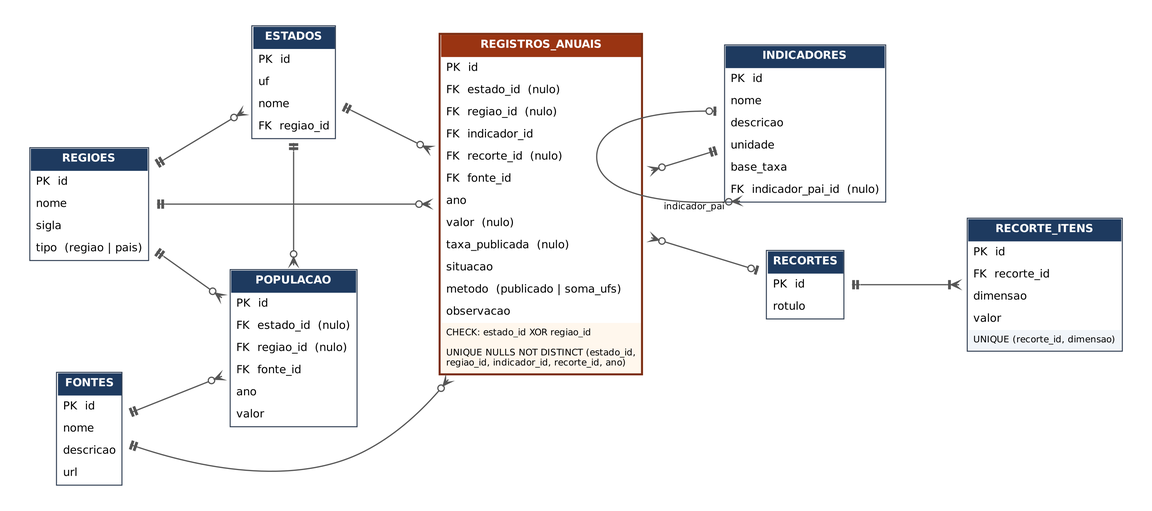
Above: docs/modelagem/modelo-er.png in yocaslu/Projeto-Integrador-II (Graphviz), before the change. Its source is kept beside it as docs/modelagem/modelo-er.dot. Its diagram source:
```dot
digraph ER {
  graph [rankdir=LR, splines=spline, nodesep=0.55, ranksep=0.9, bgcolor="white", pad=0.3, fontname="DejaVu Sans"];
  node  [shape=plaintext, fontname="DejaVu Sans", fontsize=11];
  edge  [color="#555555", penwidth=1.2, arrowsize=0.8, dir=both, arrowtail=none];

  REGIOES [label=<
  <TABLE BORDER="1" CELLBORDER="0" CELLSPACING="0" CELLPADDING="5" COLOR="#334155">
    <TR><TD BGCOLOR="#1E3A5F" ALIGN="CENTER"><FONT COLOR="white"><B>REGIOES</B></FONT></TD></TR>
    <TR><TD ALIGN="LEFT">PK  id</TD></TR>
    <TR><TD ALIGN="LEFT">nome</TD></TR>
    <TR><TD ALIGN="LEFT">sigla</TD></TR>
    <TR><TD ALIGN="LEFT">tipo  (regiao | pais)</TD></TR>
  </TABLE>>];

  ESTADOS [label=<
  <TABLE BORDER="1" CELLBORDER="0" CELLSPACING="0" CELLPADDING="5" COLOR="#334155">
    <TR><TD BGCOLOR="#1E3A5F" ALIGN="CENTER"><FONT COLOR="white"><B>ESTADOS</B></FONT></TD></TR>
    <TR><TD ALIGN="LEFT">PK  id</TD></TR>
    <TR><TD ALIGN="LEFT">uf</TD></TR>
    <TR><TD ALIGN="LEFT">nome</TD></TR>
    <TR><TD ALIGN="LEFT">FK  regiao_id</TD></TR>
  </TABLE>>];

  POPULACAO [label=<
  <TABLE BORDER="1" CELLBORDER="0" CELLSPACING="0" CELLPADDING="5" COLOR="#334155">
    <TR><TD BGCOLOR="#1E3A5F" ALIGN="CENTER"><FONT COLOR="white"><B>POPULACAO</B></FONT></TD></TR>
    <TR><TD ALIGN="LEFT">PK  id</TD></TR>
    <TR><TD ALIGN="LEFT">FK  estado_id  (nulo)</TD></TR>
    <TR><TD ALIGN="LEFT">FK  regiao_id  (nulo)</TD></TR>
    <TR><TD ALIGN="LEFT">FK  fonte_id</TD></TR>
    <TR><TD ALIGN="LEFT">ano</TD></TR>
    <TR><TD ALIGN="LEFT">valor</TD></TR>
  </TABLE>>];

  FONTES [label=<
  <TABLE BORDER="1" CELLBORDER="0" CELLSPACING="0" CELLPADDING="5" COLOR="#334155">
    <TR><TD BGCOLOR="#1E3A5F" ALIGN="CENTER"><FONT COLOR="white"><B>FONTES</B></FONT></TD></TR>
    <TR><TD ALIGN="LEFT">PK  id</TD></TR>
    <TR><TD ALIGN="LEFT">nome</TD></TR>
    <TR><TD ALIGN="LEFT">descricao</TD></TR>
    <TR><TD ALIGN="LEFT">url</TD></TR>
  </TABLE>>];

  REGISTROS [label=<
  <TABLE BORDER="2" CELLBORDER="0" CELLSPACING="0" CELLPADDING="5" COLOR="#7C2D12">
    <TR><TD BGCOLOR="#9A3412" ALIGN="CENTER"><FONT COLOR="white"><B>REGISTROS_ANUAIS</B></FONT></TD></TR>
    <TR><TD ALIGN="LEFT">PK  id</TD></TR>
    <TR><TD ALIGN="LEFT">FK  estado_id  (nulo)</TD></TR>
    <TR><TD ALIGN="LEFT">FK  regiao_id  (nulo)</TD></TR>
    <TR><TD ALIGN="LEFT">FK  indicador_id</TD></TR>
    <TR><TD ALIGN="LEFT">FK  recorte_id  (nulo)</TD></TR>
    <TR><TD ALIGN="LEFT">FK  fonte_id</TD></TR>
    <TR><TD ALIGN="LEFT">ano</TD></TR>
    <TR><TD ALIGN="LEFT">valor  (nulo)</TD></TR>
    <TR><TD ALIGN="LEFT">taxa_publicada  (nulo)</TD></TR>
    <TR><TD ALIGN="LEFT">situacao</TD></TR>
    <TR><TD ALIGN="LEFT">metodo  (publicado | soma_ufs)</TD></TR>
    <TR><TD ALIGN="LEFT">observacao</TD></TR>
    <TR><TD ALIGN="LEFT" BGCOLOR="#FFF7ED"><FONT POINT-SIZE="9">CHECK: estado_id XOR regiao_id</FONT></TD></TR>
    <TR><TD ALIGN="LEFT" BGCOLOR="#FFF7ED"><FONT POINT-SIZE="9">UNIQUE NULLS NOT DISTINCT (estado_id,<BR ALIGN="LEFT"/>regiao_id, indicador_id, recorte_id, ano)<BR ALIGN="LEFT"/></FONT></TD></TR>
  </TABLE>>];

  INDICADORES [label=<
  <TABLE BORDER="1" CELLBORDER="0" CELLSPACING="0" CELLPADDING="5" COLOR="#334155">
    <TR><TD BGCOLOR="#1E3A5F" ALIGN="CENTER"><FONT COLOR="white"><B>INDICADORES</B></FONT></TD></TR>
    <TR><TD ALIGN="LEFT">PK  id</TD></TR>
    <TR><TD ALIGN="LEFT">nome</TD></TR>
    <TR><TD ALIGN="LEFT">descricao</TD></TR>
    <TR><TD ALIGN="LEFT">unidade</TD></TR>
    <TR><TD ALIGN="LEFT">base_taxa</TD></TR>
    <TR><TD ALIGN="LEFT" PORT="pai">FK  indicador_pai_id  (nulo)</TD></TR>
  </TABLE>>];

  RECORTES [label=<
  <TABLE BORDER="1" CELLBORDER="0" CELLSPACING="0" CELLPADDING="5" COLOR="#334155">
    <TR><TD BGCOLOR="#1E3A5F" ALIGN="CENTER"><FONT COLOR="white"><B>RECORTES</B></FONT></TD></TR>
    <TR><TD ALIGN="LEFT">PK  id</TD></TR>
    <TR><TD ALIGN="LEFT">rotulo</TD></TR>
  </TABLE>>];

  RECORTE_ITENS [label=<
  <TABLE BORDER="1" CELLBORDER="0" CELLSPACING="0" CELLPADDING="5" COLOR="#334155">
    <TR><TD BGCOLOR="#1E3A5F" ALIGN="CENTER"><FONT COLOR="white"><B>RECORTE_ITENS</B></FONT></TD></TR>
    <TR><TD ALIGN="LEFT">PK  id</TD></TR>
    <TR><TD ALIGN="LEFT">FK  recorte_id</TD></TR>
    <TR><TD ALIGN="LEFT">dimensao</TD></TR>
    <TR><TD ALIGN="LEFT">valor</TD></TR>
    <TR><TD ALIGN="LEFT" BGCOLOR="#F1F5F9"><FONT POINT-SIZE="9">UNIQUE (recorte_id, dimensao)</FONT></TD></TR>
  </TABLE>>];

  {rank=same; REGIOES; FONTES;}
  {rank=same; ESTADOS; POPULACAO;}
  {rank=same; INDICADORES; RECORTES;}

  /* 1:N  (arrowtail = lado 1, arrowhead = lado N) */
  edge [arrowtail=teetee, arrowhead=crowodot];
  REGIOES -> ESTADOS  ;
  REGIOES -> POPULACAO;
  ESTADOS -> POPULACAO;
  FONTES  -> POPULACAO;
  ESTADOS -> REGISTROS;
  REGIOES -> REGISTROS;
  FONTES  -> REGISTROS;
  REGISTROS -> INDICADORES [dir=both, arrowtail=crowodot, arrowhead=teetee];
  REGISTROS -> RECORTES    [dir=both, arrowtail=crowodot, arrowhead=teeodot];
  RECORTES -> RECORTE_ITENS [arrowtail=teetee, arrowhead=crowtee];
  INDICADORES:pai -> INDICADORES [arrowtail=crowodot, arrowhead=teeodot, xlabel="indicador_pai", fontname="DejaVu Sans", fontsize=9];
}
```
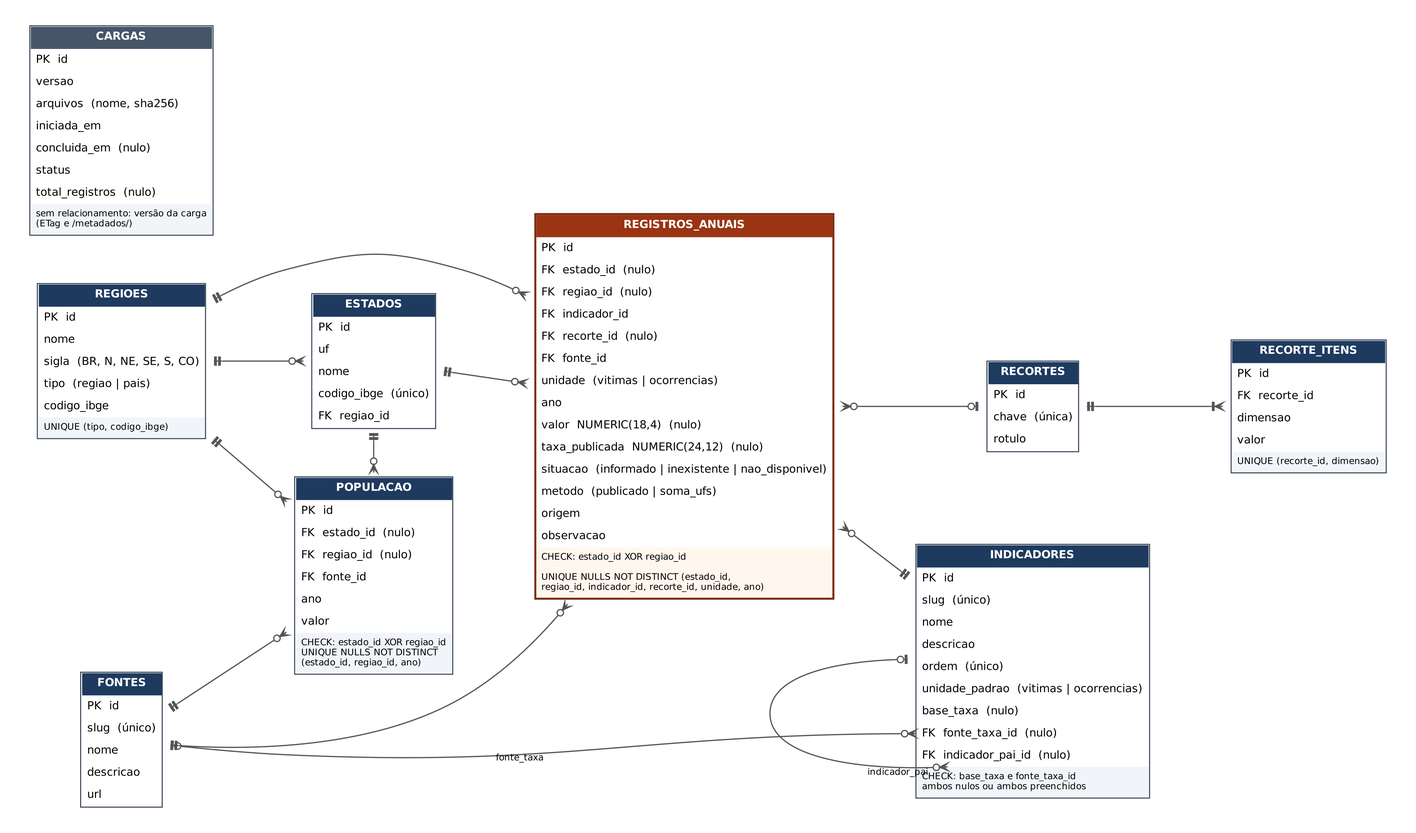
Above is the later version.

Commit message:
docs(adr): registra fonte da taxa, catálogo de fontes, 503 e RNF02

Diff of the diagram source:
```diff
@@ -8,8 +8,10 @@
     <TR><TD BGCOLOR="#1E3A5F" ALIGN="CENTER"><FONT COLOR="white"><B>REGIOES</B></FONT></TD></TR>
     <TR><TD ALIGN="LEFT">PK  id</TD></TR>
     <TR><TD ALIGN="LEFT">nome</TD></TR>
-    <TR><TD ALIGN="LEFT">sigla</TD></TR>
+    <TR><TD ALIGN="LEFT">sigla  (BR, N, NE, SE, S, CO)</TD></TR>
     <TR><TD ALIGN="LEFT">tipo  (regiao | pais)</TD></TR>
+    <TR><TD ALIGN="LEFT">codigo_ibge</TD></TR>
+    <TR><TD ALIGN="LEFT" BGCOLOR="#F1F5F9"><FONT POINT-SIZE="9">UNIQUE (tipo, codigo_ibge)</FONT></TD></TR>
   </TABLE>>];
 
   ESTADOS [label=<
@@ -18,6 +20,7 @@
     <TR><TD ALIGN="LEFT">PK  id</TD></TR>
     <TR><TD ALIGN="LEFT">uf</TD></TR>
     <TR><TD ALIGN="LEFT">nome</TD></TR>
+    <TR><TD ALIGN="LEFT">codigo_ibge  (único)</TD></TR>
     <TR><TD ALIGN="LEFT">FK  regiao_id</TD></TR>
   </TABLE>>];
 
@@ -30,12 +33,14 @@
     <TR><TD ALIGN="LEFT">FK  fonte_id</TD></TR>
     <TR><TD ALIGN="LEFT">ano</TD></TR>
     <TR><TD ALIGN="LEFT">valor</TD></TR>
+    <TR><TD ALIGN="LEFT" BGCOLOR="#F1F5F9"><FONT POINT-SIZE="9">CHECK: estado_id XOR regiao_id<BR ALIGN="LEFT"/>UNIQUE NULLS NOT DISTINCT<BR ALIGN="LEFT"/>(estado_id, regiao_id, ano)<BR ALIGN="LEFT"/></FONT></TD></TR>
   </TABLE>>];
 
   FONTES [label=<
   <TABLE BORDER="1" CELLBORDER="0" CELLSPACING="0" CELLPADDING="5" COLOR="#334155">
     <TR><TD BGCOLOR="#1E3A5F" ALIGN="CENTER"><FONT COLOR="white"><B>FONTES</B></FONT></TD></TR>
     <TR><TD ALIGN="LEFT">PK  id</TD></TR>
+    <TR><TD ALIGN="LEFT">slug  (único)</TD></TR>
     <TR><TD ALIGN="LEFT">nome</TD></TR>
     <TR><TD ALIGN="LEFT">descricao</TD></TR>
     <TR><TD ALIGN="LEFT">url</TD></TR>
@@ -50,32 +55,52 @@
     <TR><TD ALIGN="LEFT">FK  indicador_id</TD></TR>
     <TR><TD ALIGN="LEFT">FK  recorte_id  (nulo)</TD></TR>
     <TR><TD ALIGN="LEFT">FK  fonte_id</TD></TR>
+    <TR><TD ALIGN="LEFT">unidade  (vitimas | ocorrencias)</TD></TR>
     <TR><TD ALIGN="LEFT">ano</TD></TR>
-    <TR><TD ALIGN="LEFT">valor  (nulo)</TD></TR>
-    <TR><TD ALIGN="LEFT">taxa_publicada  (nulo)</TD></TR>
-    <TR><TD ALIGN="LEFT">situacao</TD></TR>
+    <TR><TD ALIGN="LEFT">valor  NUMERIC(18,4)  (nulo)</TD></TR>
+    <TR><TD ALIGN="LEFT">taxa_publicada  NUMERIC(24,12)  (nulo)</TD></TR>
+    <TR><TD ALIGN="LEFT">situacao  (informado | inexistente | nao_disponivel)</TD></TR>
     <TR><TD ALIGN="LEFT">metodo  (publicado | soma_ufs)</TD></TR>
+    <TR><TD ALIGN="LEFT">origem</TD></TR>
     <TR><TD ALIGN="LEFT">observacao</TD></TR>
     <TR><TD ALIGN="LEFT" BGCOLOR="#FFF7ED"><FONT POINT-SIZE="9">CHECK: estado_id XOR regiao_id</FONT></TD></TR>
-    <TR><TD ALIGN="LEFT" BGCOLOR="#FFF7ED"><FONT POINT-SIZE="9">UNIQUE NULLS NOT DISTINCT (estado_id,<BR ALIGN="LEFT"/>regiao_id, indicador_id, recorte_id, ano)<BR ALIGN="LEFT"/></FONT></TD></TR>
+    <TR><TD ALIGN="LEFT" BGCOLOR="#FFF7ED"><FONT POINT-SIZE="9">UNIQUE NULLS NOT DISTINCT (estado_id,<BR ALIGN="LEFT"/>regiao_id, indicador_id, recorte_id, unidade, ano)<BR ALIGN="LEFT"/></FONT></TD></TR>
   </TABLE>>];
 
   INDICADORES [label=<
   <TABLE BORDER="1" CELLBORDER="0" CELLSPACING="0" CELLPADDING="5" COLOR="#334155">
     <TR><TD BGCOLOR="#1E3A5F" ALIGN="CENTER"><FONT COLOR="white"><B>INDICADORES</B></FONT></TD></TR>
     <TR><TD ALIGN="LEFT">PK  id</TD></TR>
+    <TR><TD ALIGN="LEFT">slug  (único)</TD></TR>
     <TR><TD ALIGN="LEFT">nome</TD></TR>
     <TR><TD ALIGN="LEFT">descricao</TD></TR>
-    <TR><TD ALIGN="LEFT">unidade</TD></TR>
-    <TR><TD ALIGN="LEFT">base_taxa</TD></TR>
+    <TR><TD ALIGN="LEFT">ordem  (único)</TD></TR>
+    <TR><TD ALIGN="LEFT">unidade_padrao  (vitimas | ocorrencias)</TD></TR>
+    <TR><TD ALIGN="LEFT">base_taxa  (nulo)</TD></TR>
+    <TR><TD ALIGN="LEFT" PORT="fonte">FK  fonte_taxa_id  (nulo)</TD></TR>
     <TR><TD ALIGN="LEFT" PORT="pai">FK  indicador_pai_id  (nulo)</TD></TR>
+    <TR><TD ALIGN="LEFT" BGCOLOR="#F1F5F9"><FONT POINT-SIZE="9">CHECK: base_taxa e fonte_taxa_id<BR ALIGN="LEFT"/>ambos nulos ou ambos preenchidos<BR ALIGN="LEFT"/></FONT></TD></TR>
   </TABLE>>];
 
   RECORTES [label=<
   <TABLE BORDER="1" CELLBORDER="0" CELLSPACING="0" CELLPADDING="5" COLOR="#334155">
     <TR><TD BGCOLOR="#1E3A5F" ALIGN="CENTER"><FONT COLOR="white"><B>RECORTES</B></FONT></TD></TR>
     <TR><TD ALIGN="LEFT">PK  id</TD></TR>
+    <TR><TD ALIGN="LEFT">chave  (única)</TD></TR>
     <TR><TD ALIGN="LEFT">rotulo</TD></TR>
+  </TABLE>>];
+
+  CARGAS [label=<
+  <TABLE BORDER="1" CELLBORDER="0" CELLSPACING="0" CELLPADDING="5" COLOR="#334155">
+    <TR><TD BGCOLOR="#475569" ALIGN="CENTER"><FONT COLOR="white"><B>CARGAS</B></FONT></TD></TR>
+    <TR><TD ALIGN="LEFT">PK  id</TD></TR>
+    <TR><TD ALIGN="LEFT">versao</TD></TR>
+    <TR><TD ALIGN="LEFT">arquivos  (nome, sha256)</TD></TR>
+    <TR><TD ALIGN="LEFT">iniciada_em</TD></TR>
+    <TR><TD ALIGN="LEFT">concluida_em  (nulo)</TD></TR>
+    <TR><TD ALIGN="LEFT">status</TD></TR>
+    <TR><TD ALIGN="LEFT">total_registros  (nulo)</TD></TR>
+    <TR><TD ALIGN="LEFT" BGCOLOR="#F1F5F9"><FONT POINT-SIZE="9">sem relacionamento: versão da carga<BR ALIGN="LEFT"/>(ETag e /metadados/)<BR ALIGN="LEFT"/></FONT></TD></TR>
   </TABLE>>];
 
   RECORTE_ITENS [label=<
@@ -104,5 +129,6 @@
   REGISTROS -> INDICADORES [dir=both, arrowtail=crowodot, arrowhead=teetee];
   REGISTROS -> RECORTES    [dir=both, arrowtail=crowodot, arrowhead=teeodot];
   RECORTES -> RECORTE_ITENS [arrowtail=teetee, arrowhead=crowtee];
+  FONTES -> INDICADORES:fonte [arrowtail=teeodot, arrowhead=crowodot, xlabel="fonte_taxa", fontname="DejaVu Sans", fontsize=9];
   INDICADORES:pai -> INDICADORES [arrowtail=crowodot, arrowhead=teeodot, xlabel="indicador_pai", fontname="DejaVu Sans", fontsize=9];
 }
```
